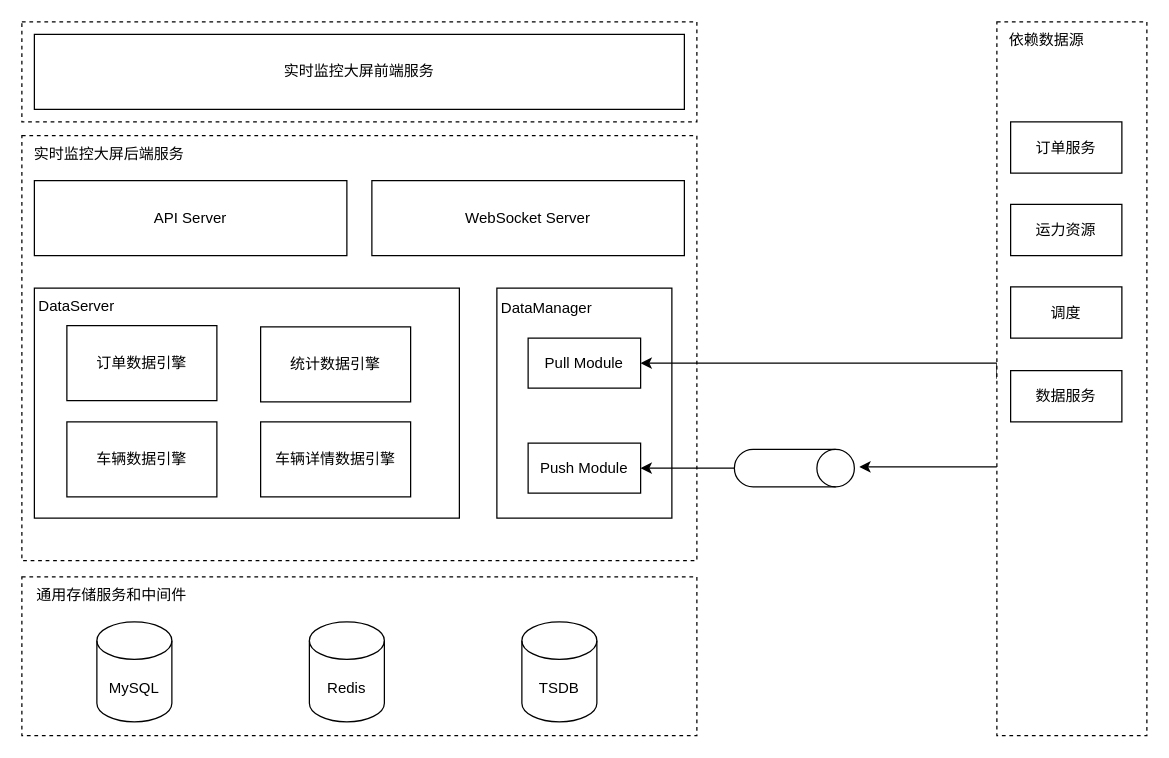
Christings/wechat keeps this draw.io diagram as Untitled Diagram.drawio. Above is the earlier version. Source tidied: cells renumbered, new cells numbered last; positions are measured from the earlier drawing's top-left corner, leaving out a move shared by most shapes. Both pictures are drawn from the tidied source at 125%, with x=0, y=0 at pixel (21, 21).
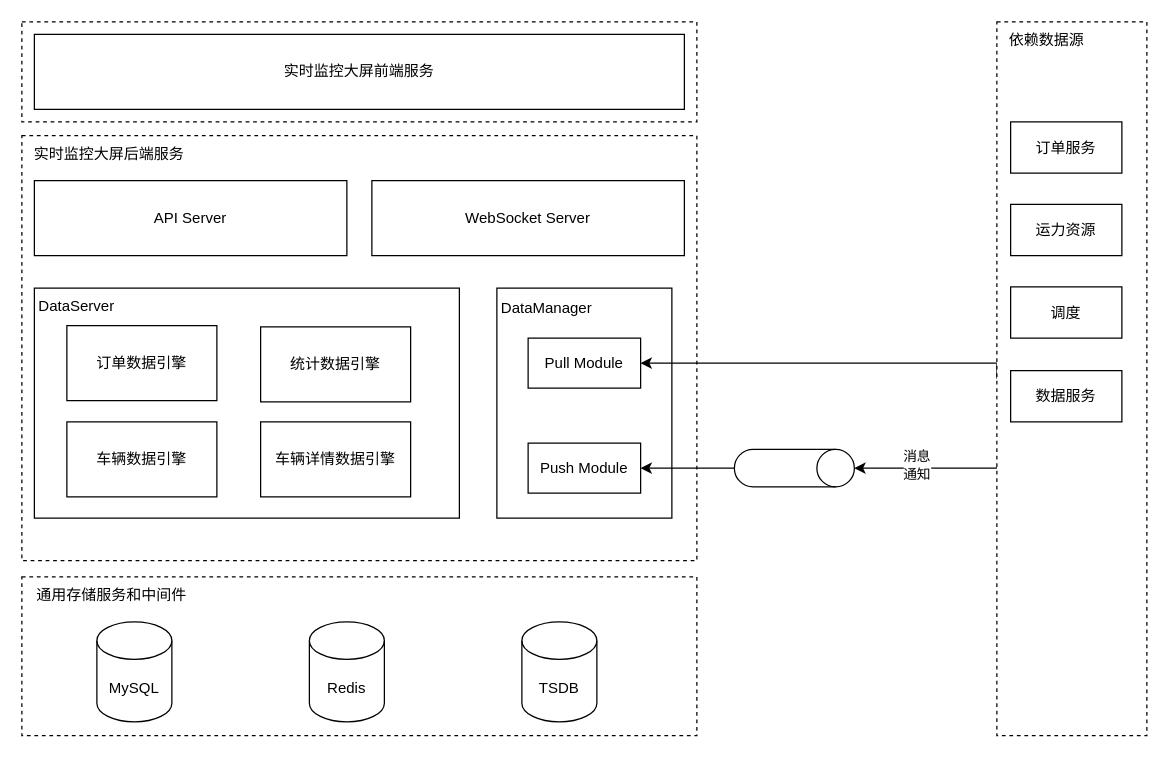
The same page after the edit.

Unchanged cells that the change refers to:
```xml
<mxCell id="22" style="shape=cylinder3;whiteSpace=wrap;html=1;boundedLbl=1;backgroundOutline=1;size=15;direction=south;" parent="1" vertex="1">
  <mxGeometry x="570" y="342" width="96" height="30" as="geometry" />
</mxCell>
```

Change to the diagram source:
```diff
@@
-    <mxCell id="20" style="edgeStyle=orthogonalEdgeStyle;rounded=0;orthogonalLoop=1;jettySize=auto;html=1;" parent="1" edge="1">
+    <mxCell id="20" style="edgeStyle=orthogonalEdgeStyle;rounded=0;jettySize=auto;html=1;entryX=0.5;entryY=0;entryDx=0;entryDy=0;entryPerimeter=0;" parent="1" edge="1" target="22">
       <mxGeometry relative="1" as="geometry">
         <mxPoint x="780" y="356" as="sourcePoint" />
-        <mxPoint x="670" y="356" as="targetPoint" />
         <Array as="points">
-          <mxPoint x="760" y="356" />
-          <mxPoint x="760" y="356" />
+          <mxPoint x="780" y="357" />
         </Array>
       </mxGeometry>
     </mxCell>
+    <mxCell id="34" value="消息&lt;br&gt;通知" style="edgeLabel;html=1;align=center;verticalAlign=middle;" parent="20" vertex="1">
+      <mxGeometry x="0.15" y="-3" relative="1" as="geometry" />
+    </mxCell>
```
